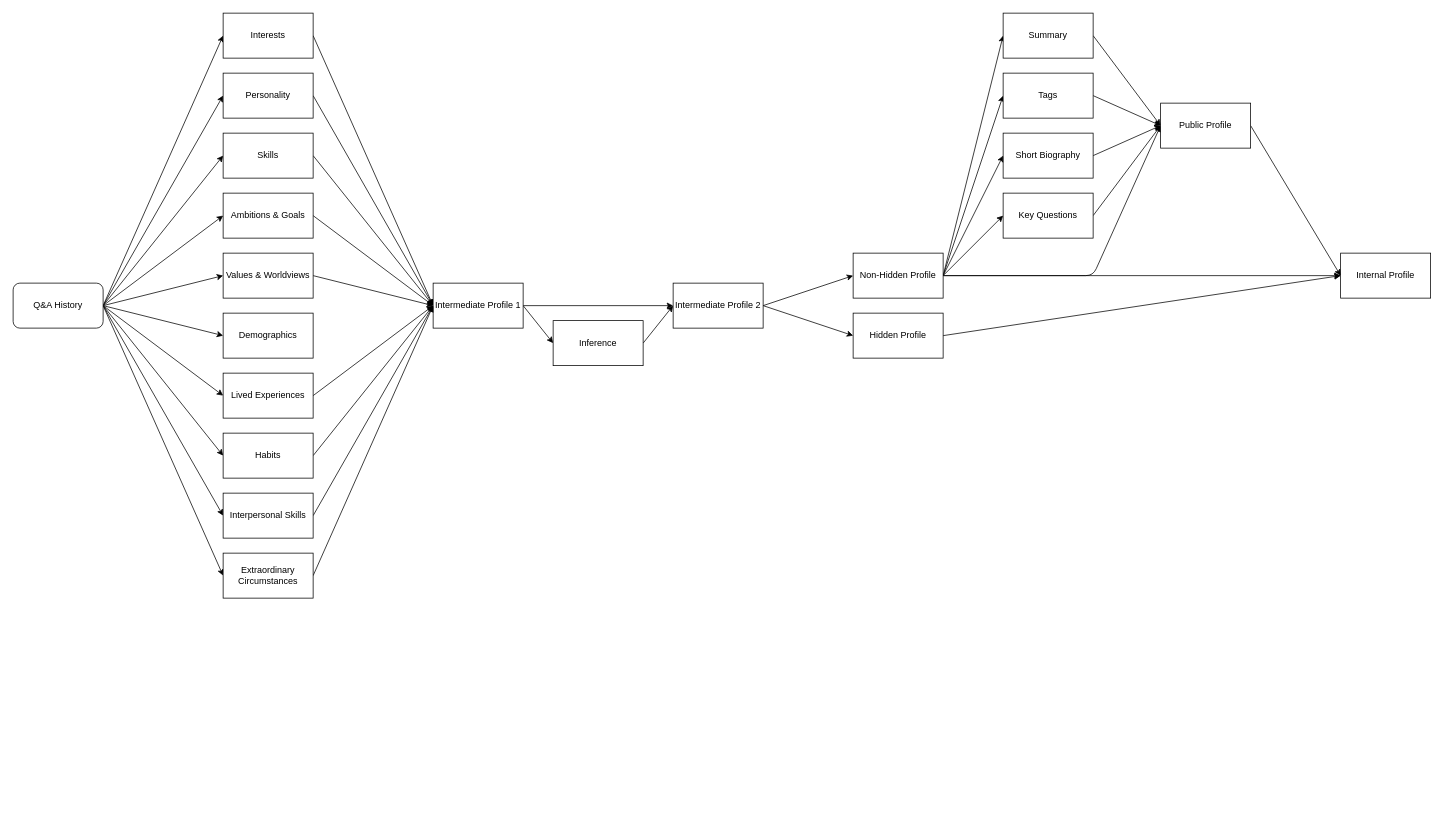
Above: design.drawio in nvdaz/find-a-friend-api (draw.io), before the change. Source tidied: cells renumbered, new cells numbered last; positions are measured from the earlier drawing's top-left corner, leaving out a move shared by most shapes. Both pictures are drawn from the tidied source at 75%, with x=0, y=0 at pixel (13, 13).
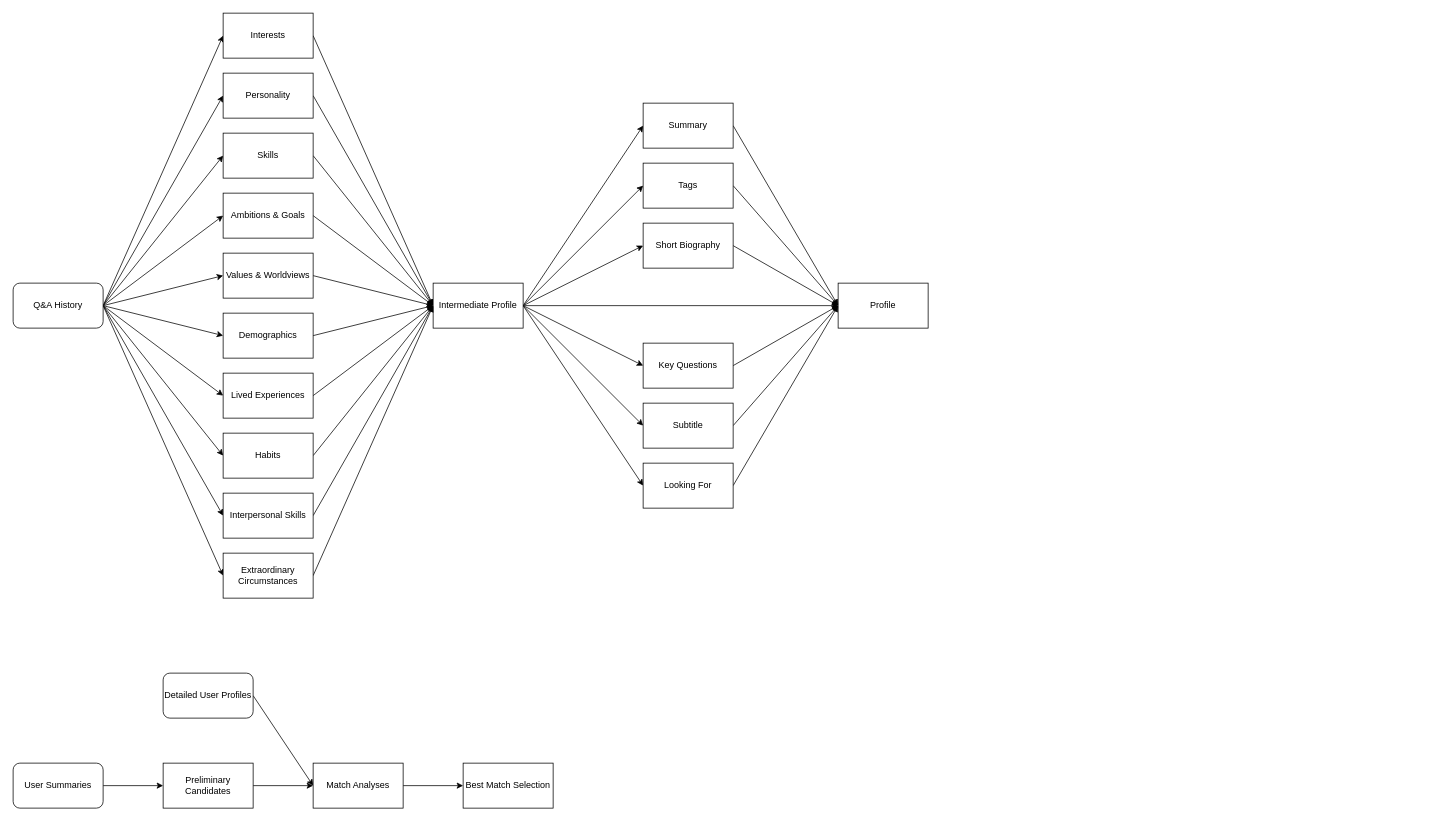
After the change.

The change refers to these unchanged cells:
```xml
<mxCell id="52" value="Demographics" style="rounded=0;whiteSpace=wrap;html=1;" parent="1" vertex="1">
  <mxGeometry x="280" y="400" width="120" height="60" as="geometry" />
</mxCell>
```

What changed in the source:
```diff
@@
-    <mxCell id="17" style="edgeStyle=none;html=1;exitX=1;exitY=0.5;exitDx=0;exitDy=0;entryX=0;entryY=0.5;entryDx=0;entryDy=0;" parent="1" edge="1" source="18" target="55">
+    <mxCell id="17" style="edgeStyle=none;html=1;exitX=1;exitY=0.5;exitDx=0;exitDy=0;entryX=0;entryY=0.5;entryDx=0;entryDy=0;" parent="1" edge="1" source="18" target="53">
       <mxGeometry relative="1" as="geometry" />
     </mxCell>
     <mxCell id="18" value="Short Biography" style="rounded=0;whiteSpace=wrap;html=1;" parent="1" vertex="1">
-      <mxGeometry x="1320" y="160" width="120" height="60" as="geometry" />
+      <mxGeometry x="840" y="280" width="120" height="60" as="geometry" />
     </mxCell>
-    <mxCell id="19" style="edgeStyle=none;html=1;exitX=1;exitY=0.5;exitDx=0;exitDy=0;entryX=0;entryY=0.5;entryDx=0;entryDy=0;" parent="1" edge="1" source="20" target="55">
+    <mxCell id="19" style="edgeStyle=none;html=1;exitX=1;exitY=0.5;exitDx=0;exitDy=0;entryX=0;entryY=0.5;entryDx=0;entryDy=0;" parent="1" edge="1" source="20" target="53">
       <mxGeometry relative="1" as="geometry" />
     </mxCell>
     <mxCell id="20" value="Key Questions" style="rounded=0;whiteSpace=wrap;html=1;" parent="1" vertex="1">
-      <mxGeometry x="1320" y="240" width="120" height="60" as="geometry" />
+      <mxGeometry x="840" y="440" width="120" height="60" as="geometry" />
     </mxCell>
@@
-    <mxCell id="27" style="edgeStyle=none;html=1;exitX=1;exitY=0.5;exitDx=0;exitDy=0;entryX=0;entryY=0.5;entryDx=0;entryDy=0;" parent="1" edge="1" source="33" target="53">
+    <mxCell id="27" style="edgeStyle=none;html=1;exitX=1;exitY=0.5;exitDx=0;exitDy=0;entryX=0;entryY=0.5;entryDx=0;entryDy=0;" parent="1" edge="1" source="36" target="53">
       <mxGeometry relative="1" as="geometry" />
     </mxCell>
-    <mxCell id="28" style="edgeStyle=none;html=1;exitX=1;exitY=0.5;exitDx=0;exitDy=0;entryX=0;entryY=0.5;entryDx=0;entryDy=0;" parent="1" edge="1" source="33" target="18">
+    <mxCell id="28" style="edgeStyle=none;html=1;exitX=1;exitY=0.5;exitDx=0;exitDy=0;entryX=0;entryY=0.5;entryDx=0;entryDy=0;" parent="1" edge="1" source="36" target="18">
       <mxGeometry relative="1" as="geometry" />
     </mxCell>
-    <mxCell id="29" style="edgeStyle=none;html=1;exitX=1;exitY=0.5;exitDx=0;exitDy=0;entryX=0;entryY=0.5;entryDx=0;entryDy=0;" parent="1" edge="1" source="33" target="20">
+    <mxCell id="29" style="edgeStyle=none;html=1;exitX=1;exitY=0.5;exitDx=0;exitDy=0;entryX=0;entryY=0.5;entryDx=0;entryDy=0;" parent="1" edge="1" source="36" target="20">
       <mxGeometry relative="1" as="geometry" />
     </mxCell>
-    <mxCell id="30" style="edgeStyle=none;html=1;exitX=1;exitY=0.5;exitDx=0;exitDy=0;entryX=0;entryY=0.5;entryDx=0;entryDy=0;" parent="1" edge="1" source="33" target="55">
-      <mxGeometry relative="1" as="geometry">
-        <Array as="points">
-          <mxPoint x="1440" y="350" />
-        </Array>
-      </mxGeometry>
-    </mxCell>
-    <mxCell id="31" style="edgeStyle=none;html=1;exitX=1;exitY=0.5;exitDx=0;exitDy=0;entryX=0;entryY=0.5;entryDx=0;entryDy=0;" parent="1" edge="1" source="33" target="57">
+    <mxCell id="31" style="edgeStyle=none;html=1;exitX=1;exitY=0.5;exitDx=0;exitDy=0;entryX=0;entryY=0.5;entryDx=0;entryDy=0;" parent="1" edge="1" source="36" target="57">
       <mxGeometry relative="1" as="geometry" />
     </mxCell>
-    <mxCell id="32" style="edgeStyle=none;html=1;exitX=1;exitY=0.5;exitDx=0;exitDy=0;entryX=0;entryY=0.5;entryDx=0;entryDy=0;" parent="1" edge="1" source="33" target="59">
+    <mxCell id="32" style="edgeStyle=none;html=1;exitX=1;exitY=0.5;exitDx=0;exitDy=0;entryX=0;entryY=0.5;entryDx=0;entryDy=0;" parent="1" edge="1" source="36" target="59">
       <mxGeometry relative="1" as="geometry" />
     </mxCell>
-    <mxCell id="33" value="Non-Hidden Profile" style="rounded=0;whiteSpace=wrap;html=1;" parent="1" vertex="1">
-      <mxGeometry x="1120" y="320" width="120" height="60" as="geometry" />
-    </mxCell>
-    <mxCell id="34" style="edgeStyle=none;html=1;exitX=1;exitY=0.5;exitDx=0;exitDy=0;entryX=0;entryY=0.5;entryDx=0;entryDy=0;" parent="1" edge="1" source="36" target="45">
-      <mxGeometry relative="1" as="geometry" />
-    </mxCell>
-    <mxCell id="35" style="edgeStyle=none;html=1;exitX=1;exitY=0.5;exitDx=0;exitDy=0;entryX=0;entryY=0.5;entryDx=0;entryDy=0;" parent="1" edge="1" source="36" target="40">
-      <mxGeometry relative="1" as="geometry" />
-    </mxCell>
+    <mxCell id="60" style="edgeStyle=none;html=1;exitX=1;exitY=0.5;exitDx=0;exitDy=0;entryX=0;entryY=0.5;entryDx=0;entryDy=0;" parent="1" edge="1" source="36" target="66">
+      <mxGeometry relative="1" as="geometry" />
+    </mxCell>
+    <mxCell id="61" style="edgeStyle=none;html=1;exitX=1;exitY=0.5;exitDx=0;exitDy=0;entryX=0;entryY=0.5;entryDx=0;entryDy=0;" parent="1" edge="1" source="36" target="64">
+      <mxGeometry relative="1" as="geometry" />
+    </mxCell>
-    <mxCell id="36" value="Intermediate Profile 1" style="rounded=0;whiteSpace=wrap;html=1;" parent="1" vertex="1">
+    <mxCell id="36" value="Intermediate Profile" style="rounded=0;whiteSpace=wrap;html=1;" parent="1" vertex="1">
       <mxGeometry x="560" y="360" width="120" height="60" as="geometry" />
     </mxCell>
@@
-    <mxCell id="39" style="edgeStyle=none;html=1;exitX=1;exitY=0.5;exitDx=0;exitDy=0;entryX=0;entryY=0.5;entryDx=0;entryDy=0;" parent="1" edge="1" source="40" target="45">
-      <mxGeometry relative="1" as="geometry" />
-    </mxCell>
-    <mxCell id="40" value="Inference" style="rounded=0;whiteSpace=wrap;html=1;" parent="1" vertex="1">
-      <mxGeometry x="720" y="410" width="120" height="60" as="geometry" />
-    </mxCell>
-    <mxCell id="41" style="edgeStyle=none;html=1;exitX=1;exitY=0.5;exitDx=0;exitDy=0;entryX=0;entryY=0.5;entryDx=0;entryDy=0;" parent="1" edge="1" source="42" target="53">
-      <mxGeometry relative="1" as="geometry" />
-    </mxCell>
-    <mxCell id="42" value="Hidden Profile" style="rounded=0;whiteSpace=wrap;html=1;" parent="1" vertex="1">
-      <mxGeometry x="1120" y="400" width="120" height="60" as="geometry" />
-    </mxCell>
-    <mxCell id="43" style="edgeStyle=none;html=1;exitX=1;exitY=0.5;exitDx=0;exitDy=0;entryX=0;entryY=0.5;entryDx=0;entryDy=0;" parent="1" edge="1" source="45" target="33">
-      <mxGeometry relative="1" as="geometry" />
-    </mxCell>
-    <mxCell id="44" style="edgeStyle=none;html=1;exitX=1;exitY=0.5;exitDx=0;exitDy=0;entryX=0;entryY=0.5;entryDx=0;entryDy=0;" parent="1" edge="1" source="45" target="42">
-      <mxGeometry relative="1" as="geometry" />
-    </mxCell>
-    <mxCell id="45" value="Intermediate Profile 2" style="whiteSpace=wrap;html=1;" parent="1" vertex="1">
-      <mxGeometry x="880" y="360" width="120" height="60" as="geometry" />
-    </mxCell>
@@
+    <mxCell id="62" style="edgeStyle=none;html=1;exitX=1;exitY=0.5;exitDx=0;exitDy=0;entryX=0;entryY=0.5;entryDx=0;entryDy=0;" parent="1" edge="1" source="52" target="36">
+      <mxGeometry relative="1" as="geometry" />
+    </mxCell>
@@
-    <mxCell id="53" value="Internal Profile" style="rounded=0;whiteSpace=wrap;html=1;" parent="1" vertex="1">
-      <mxGeometry x="1770" y="320" width="120" height="60" as="geometry" />
+    <mxCell id="53" value="Profile" style="rounded=0;whiteSpace=wrap;html=1;" parent="1" vertex="1">
+      <mxGeometry x="1100" y="360" width="120" height="60" as="geometry" />
     </mxCell>
-    <mxCell id="54" style="edgeStyle=none;html=1;exitX=1;exitY=0.5;exitDx=0;exitDy=0;entryX=0;entryY=0.5;entryDx=0;entryDy=0;" parent="1" edge="1" source="55" target="53">
-      <mxGeometry relative="1" as="geometry" />
-    </mxCell>
-    <mxCell id="55" value="Public Profile" style="whiteSpace=wrap;html=1;rounded=0;" parent="1" vertex="1">
-      <mxGeometry x="1530" y="120" width="120" height="60" as="geometry" />
-    </mxCell>
-    <mxCell id="56" style="edgeStyle=none;html=1;exitX=1;exitY=0.5;exitDx=0;exitDy=0;entryX=0;entryY=0.5;entryDx=0;entryDy=0;" parent="1" edge="1" source="57" target="55">
+    <mxCell id="56" style="edgeStyle=none;html=1;exitX=1;exitY=0.5;exitDx=0;exitDy=0;entryX=0;entryY=0.5;entryDx=0;entryDy=0;" parent="1" edge="1" source="57" target="53">
       <mxGeometry relative="1" as="geometry" />
     </mxCell>
     <mxCell id="57" value="Tags" style="rounded=0;whiteSpace=wrap;html=1;" parent="1" vertex="1">
-      <mxGeometry x="1320" y="80" width="120" height="60" as="geometry" />
+      <mxGeometry x="840" y="200" width="120" height="60" as="geometry" />
     </mxCell>
-    <mxCell id="58" style="edgeStyle=none;html=1;exitX=1;exitY=0.5;exitDx=0;exitDy=0;entryX=0;entryY=0.5;entryDx=0;entryDy=0;" parent="1" edge="1" source="59" target="55">
+    <mxCell id="58" style="edgeStyle=none;html=1;exitX=1;exitY=0.5;exitDx=0;exitDy=0;entryX=0;entryY=0.5;entryDx=0;entryDy=0;" parent="1" edge="1" source="59" target="53">
       <mxGeometry relative="1" as="geometry" />
     </mxCell>
     <mxCell id="59" value="Summary" style="rounded=0;whiteSpace=wrap;html=1;" parent="1" vertex="1">
-      <mxGeometry x="1320" width="120" height="60" as="geometry" />
+      <mxGeometry x="840" y="120" width="120" height="60" as="geometry" />
     </mxCell>
+    <mxCell id="63" style="edgeStyle=none;html=1;exitX=1;exitY=0.5;exitDx=0;exitDy=0;entryX=0;entryY=0.5;entryDx=0;entryDy=0;" parent="1" edge="1" source="64" target="53">
+      <mxGeometry relative="1" as="geometry" />
+    </mxCell>
+    <mxCell id="64" value="Looking For" style="rounded=0;whiteSpace=wrap;html=1;" parent="1" vertex="1">
+      <mxGeometry x="840" y="600" width="120" height="60" as="geometry" />
+    </mxCell>
+    <mxCell id="65" style="edgeStyle=none;html=1;exitX=1;exitY=0.5;exitDx=0;exitDy=0;entryX=0;entryY=0.5;entryDx=0;entryDy=0;" parent="1" edge="1" source="66" target="53">
+      <mxGeometry relative="1" as="geometry" />
+    </mxCell>
+    <mxCell id="66" value="Subtitle" style="rounded=0;whiteSpace=wrap;html=1;" parent="1" vertex="1">
+      <mxGeometry x="840" y="520" width="120" height="60" as="geometry" />
+    </mxCell>
+    <mxCell id="67" style="edgeStyle=none;html=1;exitX=1;exitY=0.5;exitDx=0;exitDy=0;entryX=0;entryY=0.5;entryDx=0;entryDy=0;" parent="1" edge="1" source="68" target="70">
+      <mxGeometry relative="1" as="geometry" />
+    </mxCell>
+    <mxCell id="68" value="User Summaries" style="rounded=1;whiteSpace=wrap;html=1;" parent="1" vertex="1">
+      <mxGeometry y="1000" width="120" height="60" as="geometry" />
+    </mxCell>
+    <mxCell id="69" style="edgeStyle=none;html=1;exitX=1;exitY=0.5;exitDx=0;exitDy=0;entryX=0;entryY=0.5;entryDx=0;entryDy=0;" parent="1" edge="1" source="70" target="74">
+      <mxGeometry relative="1" as="geometry" />
+    </mxCell>
+    <mxCell id="70" value="Preliminary Candidates" style="rounded=0;whiteSpace=wrap;html=1;" parent="1" vertex="1">
+      <mxGeometry x="200" y="1000" width="120" height="60" as="geometry" />
+    </mxCell>
+    <mxCell id="71" style="edgeStyle=none;html=1;exitX=1;exitY=0.5;exitDx=0;exitDy=0;entryX=0;entryY=0.5;entryDx=0;entryDy=0;" parent="1" edge="1" source="72" target="74">
+      <mxGeometry relative="1" as="geometry" />
+    </mxCell>
+    <mxCell id="72" value="Detailed User Profiles" style="rounded=1;whiteSpace=wrap;html=1;" parent="1" vertex="1">
+      <mxGeometry x="200" y="880" width="120" height="60" as="geometry" />
+    </mxCell>
+    <mxCell id="73" style="edgeStyle=none;html=1;exitX=1;exitY=0.5;exitDx=0;exitDy=0;entryX=0;entryY=0.5;entryDx=0;entryDy=0;" parent="1" edge="1" source="74" target="75">
+      <mxGeometry relative="1" as="geometry" />
+    </mxCell>
+    <mxCell id="74" value="Match Analyses" style="rounded=0;whiteSpace=wrap;html=1;" parent="1" vertex="1">
+      <mxGeometry x="400" y="1000" width="120" height="60" as="geometry" />
+    </mxCell>
+    <mxCell id="75" value="Best Match Selection" style="rounded=0;whiteSpace=wrap;html=1;" parent="1" vertex="1">
+      <mxGeometry x="600" y="1000" width="120" height="60" as="geometry" />
+    </mxCell>
```
